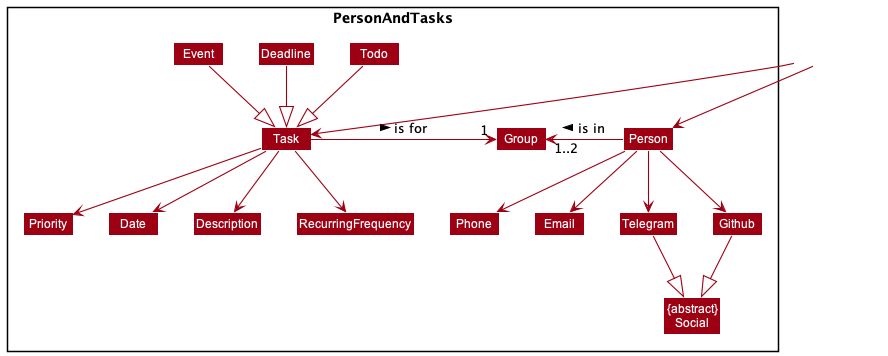
Before: docs/images/PersonAndTasksClassDiagram.png, a diagram exported from PlantUML (zhenxuantan/tp). Source of this version:
```plantuml
@startuml
!include style.puml
skinparam arrowThickness 1.1
skinparam arrowColor MODEL_COLOR
skinparam classBackgroundColor MODEL_COLOR

Package PersonAndTasks <<Rectangle>>{


Class Person
Class Phone
Class Email
Class Github
Class Telegram
Class "{abstract}\nSocial" as Social

Class Group

Class Task
Class Todo
Class Deadline
Class Event
Class Priority
Class Date
Class Description
class RecurringFrequency
}

Class HiddenOutside #FFFFFF
HiddenOutside --> Person
HiddenOutside -[hidden]- Group
HiddenOutside --> Task

Task -right-> "1" Group : is for >
Person -left-> "1..2" Group : is in >

Task --> Date
Task --> Description
Task --> RecurringFrequency
Task --> Priority

Todo --|> Task
Deadline --|> Task
Event --|> Task

Person --> Phone
Person --> Email
Person --> Telegram
Person --> Github
Telegram --|> Social
Github --|> Social

Phone -right[hidden]- Email
Email -right[hidden]- Telegram
Telegram -right[hidden]- Github



@enduml
```
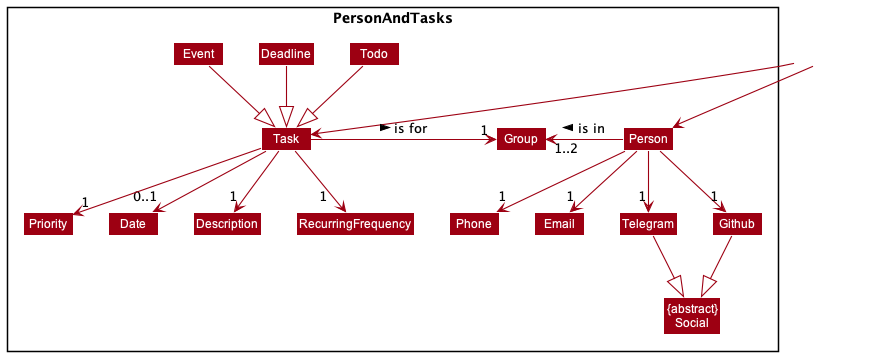
Later version of the same file.

What changed in the source:
```diff
@@ -5,8 +5,6 @@
 skinparam classBackgroundColor MODEL_COLOR
 
 Package PersonAndTasks <<Rectangle>>{
-
-
 Class Person
 Class Phone
 Class Email
@@ -34,26 +32,23 @@
 Task -right-> "1" Group : is for >
 Person -left-> "1..2" Group : is in >
 
-Task --> Date
-Task --> Description
-Task --> RecurringFrequency
-Task --> Priority
+Task --> "0..1" Date
+Task --> "1" Description
+Task --> "               1" RecurringFrequency
+Task --> "1" Priority
 
 Todo --|> Task
 Deadline --|> Task
 Event --|> Task
 
-Person --> Phone
-Person --> Email
-Person --> Telegram
-Person --> Github
+Person --> "1" Phone
+Person --> "1" Email
+Person --> "1" Telegram
+Person --> "1" Github
 Telegram --|> Social
 Github --|> Social
 
 Phone -right[hidden]- Email
 Email -right[hidden]- Telegram
 Telegram -right[hidden]- Github
-
-
-
 @enduml
```
